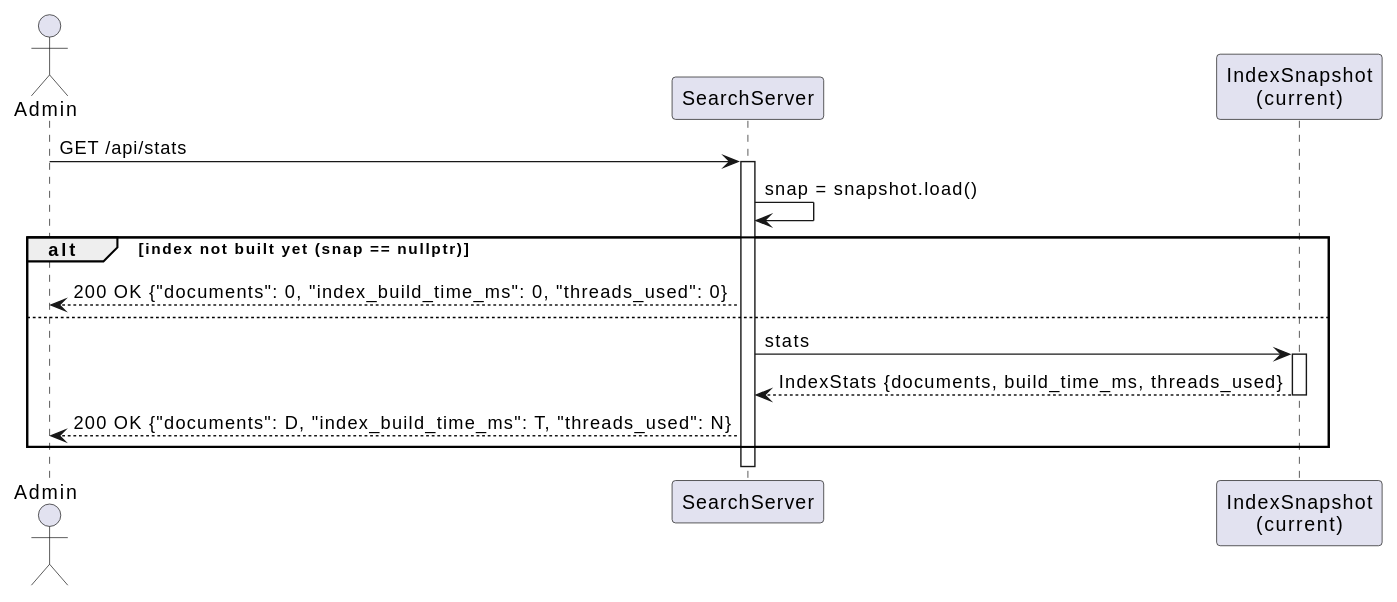
Before: docs/diagrams/svg/sequence_diagram_stats.svg, a diagram exported from PlantUML (fannulain/Concurrent-Search-Engine). The source it was exported from:
```plantuml
@startuml
actor Admin
participant "SearchServer" as Server
participant "IndexSnapshot\n(current)" as Snap

Admin -> Server : GET /api/stats
activate Server
Server -> Server : snap = snapshot.load()
alt index not built yet (snap == nullptr)
    Server --> Admin : 200 OK {"documents": 0, "index_build_time_ms": 0, "threads_used": 0}
else
    Server -> Snap : stats
    activate Snap
    Snap --> Server : IndexStats {documents, build_time_ms, threads_used}
    deactivate Snap
    Server --> Admin : 200 OK {"documents": D, "index_build_time_ms": T, "threads_used": N}
end
deactivate Server
@enduml
```
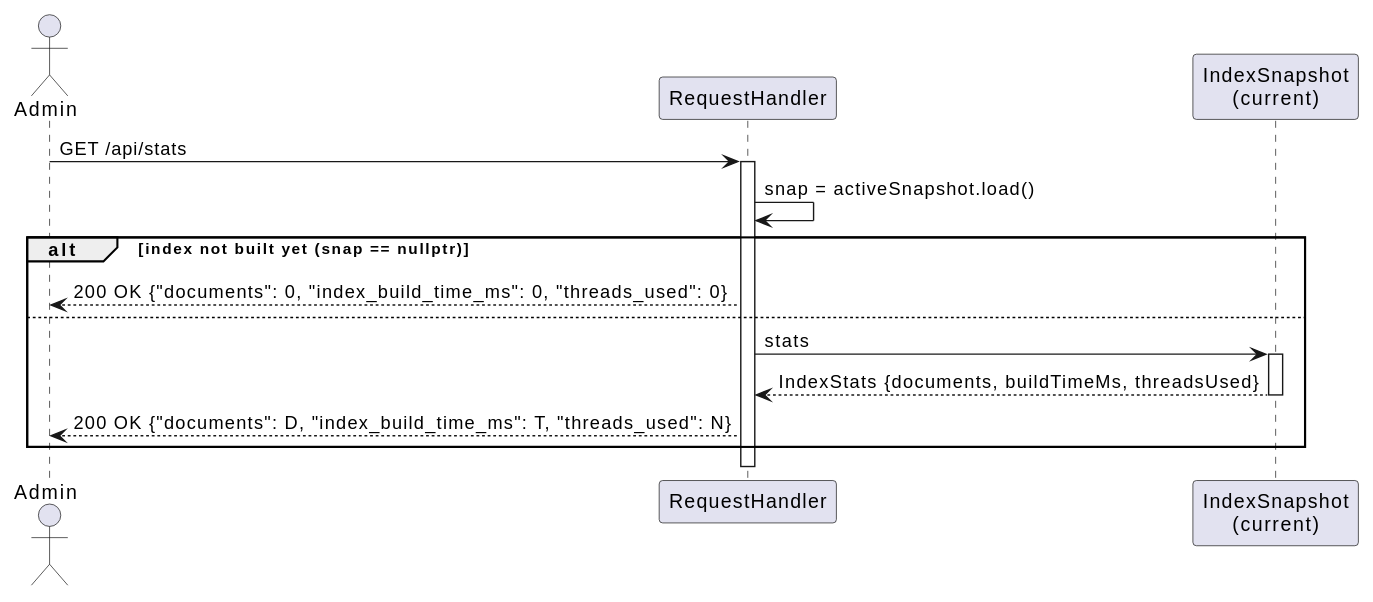
Later version of the same file.

Commit message:
docs: sync UML class and sequence diagrams with final implementation

Diff of the diagram source:
```diff
@@ -1,19 +1,19 @@
 @startuml
 actor Admin
-participant "SearchServer" as Server
+participant "RequestHandler" as Handler
 participant "IndexSnapshot\n(current)" as Snap
 
-Admin -> Server : GET /api/stats
-activate Server
-Server -> Server : snap = snapshot.load()
+Admin -> Handler : GET /api/stats
+activate Handler
+Handler -> Handler : snap = activeSnapshot.load()
 alt index not built yet (snap == nullptr)
-    Server --> Admin : 200 OK {"documents": 0, "index_build_time_ms": 0, "threads_used": 0}
+    Handler --> Admin : 200 OK {"documents": 0, "index_build_time_ms": 0, "threads_used": 0}
 else
-    Server -> Snap : stats
+    Handler -> Snap : stats
     activate Snap
-    Snap --> Server : IndexStats {documents, build_time_ms, threads_used}
+    Snap --> Handler : IndexStats {documents, buildTimeMs, threadsUsed}
     deactivate Snap
-    Server --> Admin : 200 OK {"documents": D, "index_build_time_ms": T, "threads_used": N}
+    Handler --> Admin : 200 OK {"documents": D, "index_build_time_ms": T, "threads_used": N}
 end
-deactivate Server
+deactivate Handler
 @enduml
```
